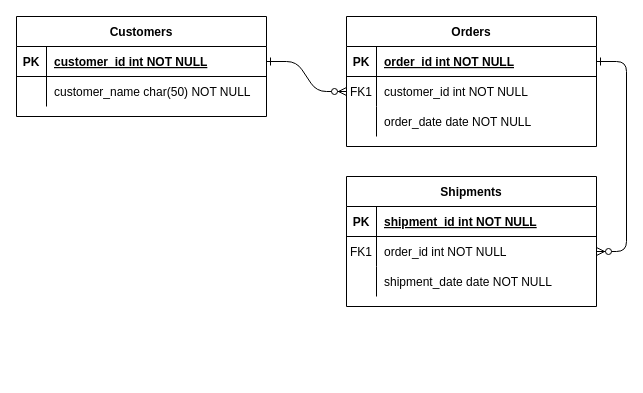
weijiang1994/draw-io keeps this draw.io diagram as weblate/未命名绘图.drawio. Above is the earlier version. Source tidied: cells renumbered, new cells numbered last; positions are measured from the earlier drawing's top-left corner, leaving out a move shared by most shapes. Both pictures are drawn from the tidied source at 100%, with x=0, y=0 at pixel (16, 16).
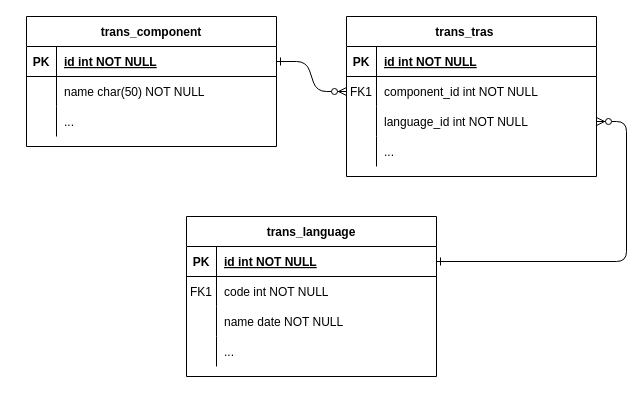
The same diagram, later.

Commit message:
部件、翻译、语言ER图.drawio

The change refers to these unchanged cells:
```xml
<mxCell id="5" style="shape=partialRectangle;fillColor=none;points=[[0,0.5],[1,0.5]];portConstraint=eastwest;top=0;left=0;right=0;bottom=1;" parent="4" vertex="1">
  <mxGeometry y="30" width="250" height="30" as="geometry" />
</mxCell>
<mxCell id="8" style="shape=partialRectangle;fillColor=none;points=[[0,0.5],[1,0.5]];portConstraint=eastwest;top=0;left=0;right=0;bottom=0;" parent="4" vertex="1">
  <mxGeometry y="60" width="250" height="30" as="geometry" />
</mxCell>
<mxCell id="11" style="shape=partialRectangle;fillColor=none;points=[[0,0.5],[1,0.5]];portConstraint=eastwest;top=0;left=0;right=0;bottom=0;" parent="4" vertex="1">
  <mxGeometry y="90" width="250" height="30" as="geometry" />
</mxCell>
<mxCell id="15" style="shape=partialRectangle;fillColor=none;points=[[0,0.5],[1,0.5]];portConstraint=eastwest;top=0;left=0;right=0;bottom=1;" parent="14" vertex="1">
  <mxGeometry y="30" width="250" height="30" as="geometry" />
</mxCell>
<mxCell id="18" style="shape=partialRectangle;fillColor=none;points=[[0,0.5],[1,0.5]];portConstraint=eastwest;top=0;left=0;right=0;bottom=0;" parent="14" vertex="1">
  <mxGeometry y="60" width="250" height="30" as="geometry" />
</mxCell>
<mxCell id="21" style="shape=partialRectangle;fillColor=none;top=0;left=0;right=0;bottom=0;" parent="14" vertex="1">
  <mxGeometry y="90" width="250" height="30" as="geometry" />
</mxCell>
<mxCell id="25" style="shape=partialRectangle;fillColor=none;points=[[0,0.5],[1,0.5]];portConstraint=eastwest;top=0;left=0;right=0;bottom=1;" parent="24" vertex="1">
  <mxGeometry y="30" width="250" height="30" as="geometry" />
</mxCell>
<mxCell id="28" style="shape=partialRectangle;fillColor=none;top=0;left=0;right=0;bottom=0;" parent="24" vertex="1">
  <mxGeometry y="60" width="250" height="30" as="geometry" />
</mxCell>
```

What changed in the source:
```diff
@@
-    <mxCell id="3" style="edgeStyle=entityRelationEdgeStyle;endArrow=ERzeroToMany;startArrow=ERone;endFill=1;startFill=0;" parent="1" edge="1" source="5" target="18">
+    <mxCell id="3" style="edgeStyle=entityRelationEdgeStyle;endArrow=ERzeroToMany;startArrow=ERone;endFill=1;startFill=0;exitX=1;exitY=0.5;exitDx=0;exitDy=0;" parent="1" edge="1" source="15" target="11">
       <mxGeometry relative="1" as="geometry" />
     </mxCell>
-    <mxCell id="4" value="Orders" style="shape=table;startSize=30;childLayout=tableLayout;rowLines=0;fontStyle=1;align=center;" parent="1" vertex="1">
-      <mxGeometry x="330" width="250" height="130" as="geometry" />
+    <mxCell id="4" value="trans_tras    " style="shape=table;startSize=30;childLayout=tableLayout;rowLines=0;fontStyle=1;align=center;" parent="1" vertex="1">
+      <mxGeometry x="330" width="250" height="160" as="geometry" />
     </mxCell>
@@
-    <mxCell id="7" value="order_id int NOT NULL " style="shape=partialRectangle;overflow=hidden;fillColor=none;top=0;left=0;bottom=0;right=0;align=left;spacingLeft=6;fontStyle=5;" parent="5" vertex="1">
+    <mxCell id="7" value="id int NOT NULL " style="shape=partialRectangle;overflow=hidden;fillColor=none;top=0;left=0;bottom=0;right=0;align=left;spacingLeft=6;fontStyle=5;" parent="5" vertex="1">
       <mxGeometry x="30" width="220" height="30" as="geometry" />
     </mxCell>
@@
-    <mxCell id="10" value="customer_id int NOT NULL" style="shape=partialRectangle;overflow=hidden;fillColor=none;top=0;left=0;bottom=0;right=0;align=left;spacingLeft=6;" parent="8" vertex="1">
+    <mxCell id="10" value="component_id int NOT NULL" style="shape=partialRectangle;overflow=hidden;fillColor=none;top=0;left=0;bottom=0;right=0;align=left;spacingLeft=6;" parent="8" vertex="1">
       <mxGeometry x="30" width="220" height="30" as="geometry" />
     </mxCell>
@@
-    <mxCell id="13" value="order_date date NOT NULL" style="shape=partialRectangle;overflow=hidden;fillColor=none;top=0;left=0;bottom=0;right=0;align=left;spacingLeft=6;" parent="11" vertex="1">
+    <mxCell id="13" value="language_id int NOT NULL" style="shape=partialRectangle;overflow=hidden;fillColor=none;top=0;left=0;bottom=0;right=0;align=left;spacingLeft=6;" parent="11" vertex="1">
       <mxGeometry x="30" width="220" height="30" as="geometry" />
     </mxCell>
+    <mxCell id="31" style="shape=partialRectangle;fillColor=none;top=0;left=0;right=0;bottom=0;" parent="4" vertex="1">
+      <mxGeometry y="120" width="250" height="30" as="geometry" />
+    </mxCell>
+    <mxCell id="32" style="shape=partialRectangle;overflow=hidden;fillColor=none;top=0;left=0;bottom=0;right=0;" parent="31" vertex="1">
+      <mxGeometry width="30" height="30" as="geometry" />
+    </mxCell>
+    <mxCell id="33" value="..." style="shape=partialRectangle;overflow=hidden;fillColor=none;top=0;left=0;bottom=0;right=0;align=left;spacingLeft=6;" parent="31" vertex="1">
+      <mxGeometry x="30" width="220" height="30" as="geometry" />
+    </mxCell>
-    <mxCell id="14" value="Shipments" style="shape=table;startSize=30;childLayout=tableLayout;rowLines=0;fontStyle=1;align=center;" parent="1" vertex="1">
-      <mxGeometry x="330" y="160" width="250" height="130" as="geometry" />
+    <mxCell id="14" value="trans_language" style="shape=table;startSize=30;childLayout=tableLayout;rowLines=0;fontStyle=1;align=center;" parent="1" vertex="1">
+      <mxGeometry x="170" y="200" width="250" height="160" as="geometry" />
     </mxCell>
@@
-    <mxCell id="17" value="shipment_id int NOT NULL " style="shape=partialRectangle;overflow=hidden;fillColor=none;top=0;left=0;bottom=0;right=0;align=left;spacingLeft=6;fontStyle=5;" parent="15" vertex="1">
+    <mxCell id="17" value="id int NOT NULL " style="shape=partialRectangle;overflow=hidden;fillColor=none;top=0;left=0;bottom=0;right=0;align=left;spacingLeft=6;fontStyle=5;" parent="15" vertex="1">
       <mxGeometry x="30" width="220" height="30" as="geometry" />
     </mxCell>
@@
-    <mxCell id="20" value="order_id int NOT NULL" style="shape=partialRectangle;overflow=hidden;fillColor=none;top=0;left=0;bottom=0;right=0;align=left;spacingLeft=6;" parent="18" vertex="1">
+    <mxCell id="20" value="code int NOT NULL" style="shape=partialRectangle;overflow=hidden;fillColor=none;top=0;left=0;bottom=0;right=0;align=left;spacingLeft=6;" parent="18" vertex="1">
       <mxGeometry x="30" width="220" height="30" as="geometry" />
     </mxCell>
@@
-    <mxCell id="23" value="shipment_date date NOT NULL" style="shape=partialRectangle;overflow=hidden;fillColor=none;top=0;left=0;bottom=0;right=0;align=left;spacingLeft=6;" parent="21" vertex="1">
+    <mxCell id="23" value="name date NOT NULL" style="shape=partialRectangle;overflow=hidden;fillColor=none;top=0;left=0;bottom=0;right=0;align=left;spacingLeft=6;" parent="21" vertex="1">
       <mxGeometry x="30" width="220" height="30" as="geometry" />
     </mxCell>
+    <mxCell id="34" style="shape=partialRectangle;fillColor=none;top=0;left=0;right=0;bottom=0;" parent="14" vertex="1">
+      <mxGeometry y="120" width="250" height="30" as="geometry" />
+    </mxCell>
+    <mxCell id="35" style="shape=partialRectangle;overflow=hidden;fillColor=none;top=0;left=0;bottom=0;right=0;" parent="34" vertex="1">
+      <mxGeometry width="30" height="30" as="geometry" />
+    </mxCell>
+    <mxCell id="36" value="..." style="shape=partialRectangle;overflow=hidden;fillColor=none;top=0;left=0;bottom=0;right=0;align=left;spacingLeft=6;" parent="34" vertex="1">
+      <mxGeometry x="30" width="220" height="30" as="geometry" />
+    </mxCell>
-    <mxCell id="24" value="Customers" style="shape=table;startSize=30;childLayout=tableLayout;rowLines=0;fontStyle=1;align=center;" parent="1" vertex="1">
-      <mxGeometry width="250" height="100" as="geometry" />
+    <mxCell id="24" value="trans_component" style="shape=table;startSize=30;childLayout=tableLayout;rowLines=0;fontStyle=1;align=center;" parent="1" vertex="1">
+      <mxGeometry x="10" width="250" height="130" as="geometry" />
     </mxCell>
@@
-    <mxCell id="27" value="customer_id int NOT NULL " style="shape=partialRectangle;overflow=hidden;fillColor=none;top=0;left=0;bottom=0;right=0;align=left;spacingLeft=6;fontStyle=5;" parent="25" vertex="1">
+    <mxCell id="27" value="id int NOT NULL " style="shape=partialRectangle;overflow=hidden;fillColor=none;top=0;left=0;bottom=0;right=0;align=left;spacingLeft=6;fontStyle=5;" parent="25" vertex="1">
       <mxGeometry x="30" width="220" height="30" as="geometry" />
     </mxCell>
@@
-    <mxCell id="30" value="customer_name char(50) NOT NULL" style="shape=partialRectangle;overflow=hidden;fillColor=none;top=0;left=0;bottom=0;right=0;align=left;spacingLeft=6;" parent="28" vertex="1">
+    <mxCell id="30" value="name char(50) NOT NULL" style="shape=partialRectangle;overflow=hidden;fillColor=none;top=0;left=0;bottom=0;right=0;align=left;spacingLeft=6;" parent="28" vertex="1">
       <mxGeometry x="30" width="220" height="30" as="geometry" />
     </mxCell>
+    <mxCell id="37" style="shape=partialRectangle;fillColor=none;top=0;left=0;right=0;bottom=0;" parent="24" vertex="1">
+      <mxGeometry y="90" width="250" height="30" as="geometry" />
+    </mxCell>
+    <mxCell id="38" style="shape=partialRectangle;overflow=hidden;fillColor=none;top=0;left=0;bottom=0;right=0;" parent="37" vertex="1">
+      <mxGeometry width="30" height="30" as="geometry" />
+    </mxCell>
+    <mxCell id="39" value="..." style="shape=partialRectangle;overflow=hidden;fillColor=none;top=0;left=0;bottom=0;right=0;align=left;spacingLeft=6;" parent="37" vertex="1">
+      <mxGeometry x="30" width="220" height="30" as="geometry" />
+    </mxCell>
```
